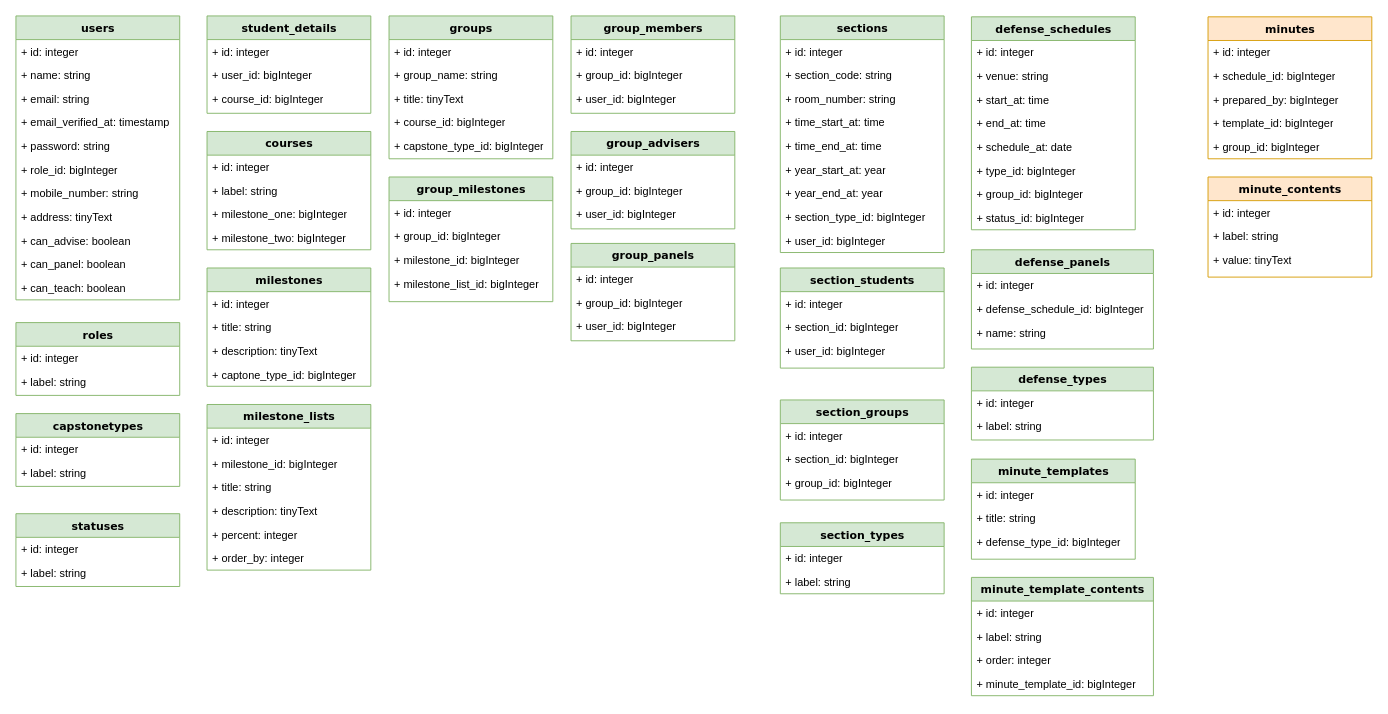
elur123/ccerms-api keeps this draw.io diagram as database/schema.drawio. Above is the earlier version. Source tidied: cells renumbered, new cells numbered last; positions are measured from the earlier drawing's top-left corner, leaving out a move shared by most shapes. Both pictures are drawn from the tidied source at 91%, with x=0, y=0 at pixel (15, 15).
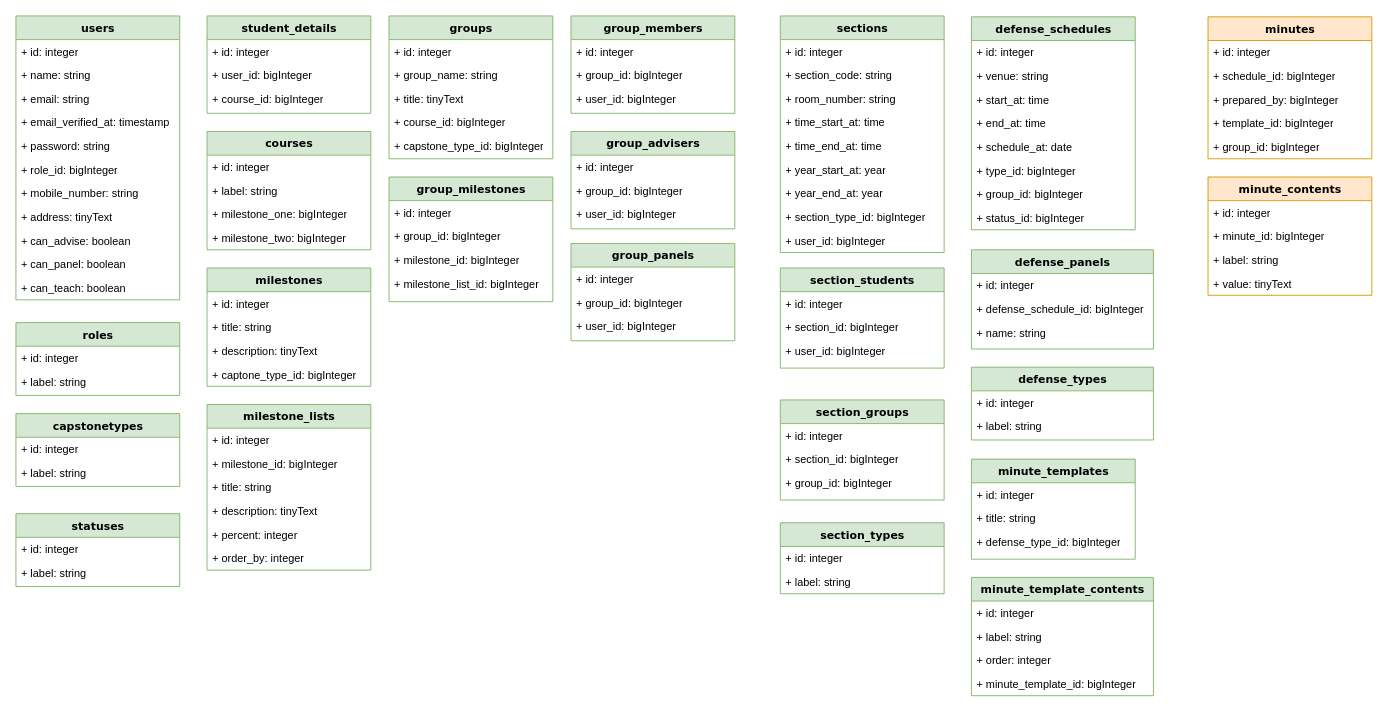
After the change.

Commit message (it also covers changes not shown here):
Minute Module

Change to the diagram source:
```diff
@@
     <mxCell id="119" value="minute_contents" style="swimlane;html=1;fontStyle=1;align=center;verticalAlign=top;horizontal=1;startSize=26;swimlaneFillColor=#ffffff;rounded=0;shadow=0;comic=0;labelBackgroundColor=none;strokeWidth=1;fillColor=#ffe6cc;fontFamily=Verdana;fontSize=12;strokeColor=#d79b00;" parent="1" vertex="1">
-      <mxGeometry x="1310" y="177" width="180" height="110" as="geometry" />
+      <mxGeometry x="1310" y="177" width="180" height="130" as="geometry" />
     </mxCell>
@@
+    <mxCell id="123" value="+ minute_id: bigInteger" style="text;html=1;strokeColor=none;fillColor=none;align=left;verticalAlign=top;spacingLeft=4;spacingRight=4;whiteSpace=wrap;overflow=hidden;" parent="119" vertex="1">
+      <mxGeometry y="52" width="180" height="26" as="geometry" />
+    </mxCell>
     <mxCell id="121" value="+ label: string" style="text;html=1;strokeColor=none;fillColor=none;align=left;verticalAlign=top;spacingLeft=4;spacingRight=4;whiteSpace=wrap;overflow=hidden;" parent="119" vertex="1">
-      <mxGeometry y="52" width="180" height="26" as="geometry" />
+      <mxGeometry y="78" width="180" height="26" as="geometry" />
     </mxCell>
     <mxCell id="122" value="+ value: tinyText" style="text;html=1;strokeColor=none;fillColor=none;align=left;verticalAlign=top;spacingLeft=4;spacingRight=4;whiteSpace=wrap;overflow=hidden;" parent="119" vertex="1">
-      <mxGeometry y="78" width="180" height="26" as="geometry" />
+      <mxGeometry y="104" width="180" height="26" as="geometry" />
     </mxCell>
```
